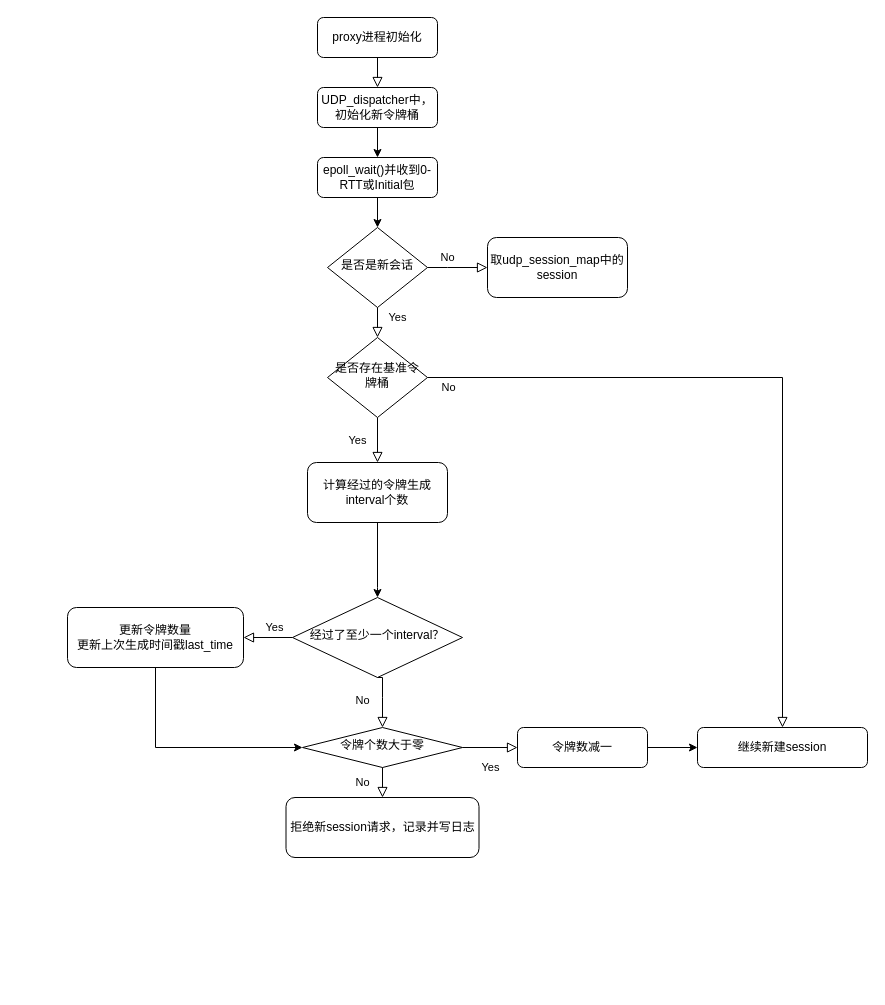
Above: 未命名绘图.drawio in llyxperf/c10k-server (draw.io), before the change. Source tidied: cells renumbered, new cells numbered last; positions are measured from the earlier drawing's top-left corner, leaving out a move shared by most shapes. Both pictures are drawn from the tidied source at 100%, with x=0, y=0 at pixel (67, 17).
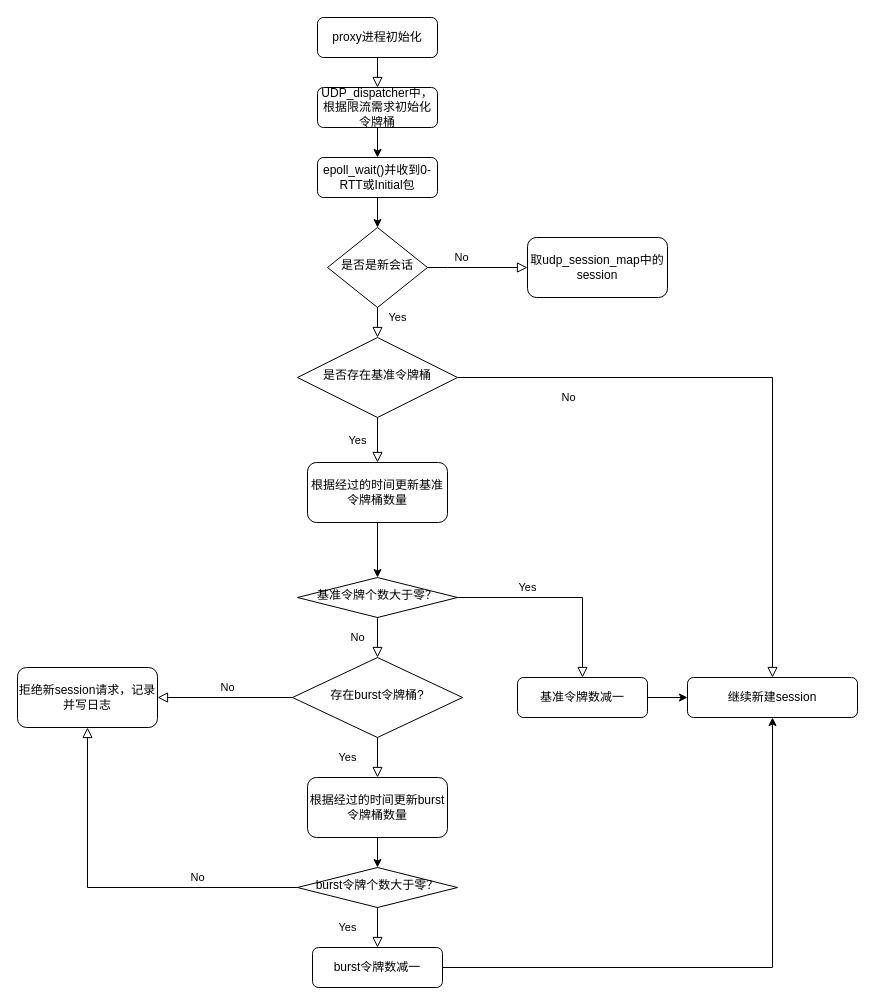
Above is the later version.

Commit message:
更新未命名绘图.drawio

What changed in the source:
```diff
@@
-    <mxCell id="6" value="UDP_dispatcher中，初始化新令牌桶" style="rounded=1;whiteSpace=wrap;html=1;fontSize=12;glass=0;strokeWidth=1;shadow=0;" parent="1" vertex="1">
+    <mxCell id="6" value="UDP_dispatcher中，根据限流需求初始化令牌桶" style="rounded=1;whiteSpace=wrap;html=1;fontSize=12;glass=0;strokeWidth=1;shadow=0;" parent="1" vertex="1">
       <mxGeometry x="250" y="70" width="120" height="40" as="geometry" />
     </mxCell>
@@
     <mxCell id="10" value="是否存在基准令牌桶" style="rhombus;whiteSpace=wrap;html=1;shadow=0;fontFamily=Helvetica;fontSize=12;align=center;strokeWidth=1;spacing=6;spacingTop=-4;" parent="1" vertex="1">
-      <mxGeometry x="260" y="320" width="100" height="80" as="geometry" />
+      <mxGeometry x="230" y="320" width="160" height="80" as="geometry" />
     </mxCell>
-    <mxCell id="11" value="经过了至少一个interval？" style="rhombus;whiteSpace=wrap;html=1;shadow=0;fontFamily=Helvetica;fontSize=12;align=center;strokeWidth=1;spacing=6;spacingTop=-4;" parent="1" vertex="1">
-      <mxGeometry x="225" y="580" width="170" height="80" as="geometry" />
-    </mxCell>
-    <mxCell id="12" style="edgeStyle=orthogonalEdgeStyle;rounded=0;jettySize=auto;html=1;exitX=0.5;exitY=1;exitDx=0;exitDy=0;entryX=0.5;entryY=0;entryDx=0;entryDy=0;" parent="1" edge="1" source="13" target="11">
-      <mxGeometry relative="1" as="geometry">
-        <Array as="points">
-          <mxPoint x="310" y="570" />
-          <mxPoint x="310" y="570" />
-        </Array>
-      </mxGeometry>
-    </mxCell>
+    <mxCell id="29" style="edgeStyle=orthogonalEdgeStyle;rounded=0;jettySize=auto;html=1;exitX=0.5;exitY=1;exitDx=0;exitDy=0;entryX=0.5;entryY=0;entryDx=0;entryDy=0;" parent="1" edge="1" source="13" target="17">
+      <mxGeometry relative="1" as="geometry" />
+    </mxCell>
-    <mxCell id="13" value="计算经过的令牌生成interval个数" style="rounded=1;whiteSpace=wrap;html=1;fontSize=12;glass=0;strokeWidth=1;shadow=0;" parent="1" vertex="1">
+    <mxCell id="13" value="根据经过的时间更新基准令牌桶数量" style="rounded=1;whiteSpace=wrap;html=1;fontSize=12;glass=0;strokeWidth=1;shadow=0;" parent="1" vertex="1">
       <mxGeometry x="240" y="445" width="140" height="60" as="geometry" />
     </mxCell>
-    <mxCell id="14" style="edgeStyle=orthogonalEdgeStyle;rounded=0;jettySize=auto;html=1;exitX=0.5;exitY=1;exitDx=0;exitDy=0;entryX=0;entryY=0.5;entryDx=0;entryDy=0;" parent="1" edge="1" source="15" target="17">
-      <mxGeometry relative="1" as="geometry" />
-    </mxCell>
-    <mxCell id="15" value="更新令牌数量&lt;br&gt;更新上次生成时间戳last_time" style="rounded=1;whiteSpace=wrap;html=1;fontSize=12;glass=0;strokeWidth=1;shadow=0;" parent="1" vertex="1">
-      <mxGeometry y="590" width="176" height="60" as="geometry" />
-    </mxCell>
-    <mxCell id="16" value="拒绝新session请求，记录并写日志" style="rounded=1;whiteSpace=wrap;html=1;fontSize=12;glass=0;strokeWidth=1;shadow=0;" parent="1" vertex="1">
-      <mxGeometry x="218.5" y="780" width="193" height="60" as="geometry" />
-    </mxCell>
-    <mxCell id="17" value="令牌个数大于零" style="rhombus;whiteSpace=wrap;html=1;shadow=0;fontFamily=Helvetica;fontSize=12;align=center;strokeWidth=1;spacing=6;spacingTop=-4;" parent="1" vertex="1">
-      <mxGeometry x="235" y="710" width="160" height="40" as="geometry" />
+    <mxCell id="17" value="基准令牌个数大于零？" style="rhombus;whiteSpace=wrap;html=1;shadow=0;fontFamily=Helvetica;fontSize=12;align=center;strokeWidth=1;spacing=6;spacingTop=-4;" parent="1" vertex="1">
+      <mxGeometry x="230" y="560" width="160" height="40" as="geometry" />
     </mxCell>
@@
-    <mxCell id="19" value="令牌数减一" style="rounded=1;whiteSpace=wrap;html=1;fontSize=12;glass=0;strokeWidth=1;shadow=0;" parent="1" vertex="1">
-      <mxGeometry x="450" y="710" width="130" height="40" as="geometry" />
+    <mxCell id="19" value="基准令牌数减一" style="rounded=1;whiteSpace=wrap;html=1;fontSize=12;glass=0;strokeWidth=1;shadow=0;" parent="1" vertex="1">
+      <mxGeometry x="450" y="660" width="130" height="40" as="geometry" />
     </mxCell>
     <mxCell id="20" value="取udp_session_map中的session" style="rounded=1;whiteSpace=wrap;html=1;fontSize=12;glass=0;strokeWidth=1;shadow=0;" parent="1" vertex="1">
-      <mxGeometry x="420" y="220" width="140" height="60" as="geometry" />
+      <mxGeometry x="460" y="220" width="140" height="60" as="geometry" />
     </mxCell>
@@
-    <mxCell id="23" value="No" style="rounded=0;html=1;jettySize=auto;fontSize=11;endArrow=block;endFill=0;endSize=8;strokeWidth=1;shadow=0;labelBackgroundColor=none;edgeStyle=orthogonalEdgeStyle;entryX=0.5;entryY=0;entryDx=0;entryDy=0;exitX=0.5;exitY=1;exitDx=0;exitDy=0;" parent="1" edge="1" source="11" target="17">
-      <mxGeometry y="-20" relative="1" as="geometry">
-        <Array as="points">
-          <mxPoint x="315" y="680" />
-          <mxPoint x="315" y="680" />
-        </Array>
-      </mxGeometry>
-    </mxCell>
-    <mxCell id="24" value="Yes" style="rounded=0;html=1;jettySize=auto;fontSize=11;endArrow=block;endFill=0;endSize=8;strokeWidth=1;shadow=0;labelBackgroundColor=none;edgeStyle=orthogonalEdgeStyle;exitX=0;exitY=0.5;exitDx=0;exitDy=0;entryX=1;entryY=0.5;entryDx=0;entryDy=0;" parent="1" edge="1" source="11" target="15">
-      <mxGeometry x="-0.26" y="-10" relative="1" as="geometry" />
-    </mxCell>
-    <mxCell id="25" value="Yes" style="rounded=0;html=1;jettySize=auto;fontSize=11;endArrow=block;endFill=0;endSize=8;strokeWidth=1;shadow=0;labelBackgroundColor=none;edgeStyle=orthogonalEdgeStyle;entryX=0;entryY=0.5;entryDx=0;entryDy=0;exitX=1;exitY=0.5;exitDx=0;exitDy=0;" parent="1" edge="1" source="17" target="19">
-      <mxGeometry y="-20" relative="1" as="geometry" />
+    <mxCell id="25" value="Yes" style="rounded=0;html=1;jettySize=auto;fontSize=11;endArrow=block;endFill=0;endSize=8;strokeWidth=1;shadow=0;labelBackgroundColor=none;edgeStyle=orthogonalEdgeStyle;entryX=0.5;entryY=0;entryDx=0;entryDy=0;exitX=1;exitY=0.5;exitDx=0;exitDy=0;" parent="1" edge="1" source="17" target="19">
+      <mxGeometry x="-0.32" y="10" relative="1" as="geometry" />
     </mxCell>
     <mxCell id="26" value="No" style="rounded=0;html=1;jettySize=auto;fontSize=11;endArrow=block;endFill=0;endSize=8;strokeWidth=1;shadow=0;labelBackgroundColor=none;edgeStyle=orthogonalEdgeStyle;exitX=1;exitY=0.5;exitDx=0;exitDy=0;entryX=0.5;entryY=0;entryDx=0;entryDy=0;" parent="1" edge="1" source="10" target="27">
-      <mxGeometry x="-0.94" y="-10" relative="1" as="geometry" />
+      <mxGeometry x="-0.64" y="-20" relative="1" as="geometry" />
     </mxCell>
     <mxCell id="27" value="继续新建session" style="rounded=1;whiteSpace=wrap;html=1;fontSize=12;glass=0;strokeWidth=1;shadow=0;" parent="1" vertex="1">
-      <mxGeometry x="630" y="710" width="170" height="40" as="geometry" />
+      <mxGeometry x="620" y="660" width="170" height="40" as="geometry" />
     </mxCell>
-    <mxCell id="28" value="No" style="rounded=0;html=1;jettySize=auto;fontSize=11;endArrow=block;endFill=0;endSize=8;strokeWidth=1;shadow=0;labelBackgroundColor=none;edgeStyle=orthogonalEdgeStyle;entryX=0.5;entryY=0;entryDx=0;entryDy=0;exitX=0.5;exitY=1;exitDx=0;exitDy=0;" parent="1" edge="1" source="17" target="16">
+    <mxCell id="28" value="No" style="rounded=0;html=1;jettySize=auto;fontSize=11;endArrow=block;endFill=0;endSize=8;strokeWidth=1;shadow=0;labelBackgroundColor=none;edgeStyle=orthogonalEdgeStyle;entryX=0.5;entryY=0;entryDx=0;entryDy=0;exitX=0.5;exitY=1;exitDx=0;exitDy=0;" parent="1" edge="1" source="17" target="30">
       <mxGeometry y="-20" relative="1" as="geometry" />
     </mxCell>
+    <mxCell id="30" value="存在burst令牌桶?" style="rhombus;whiteSpace=wrap;html=1;shadow=0;fontFamily=Helvetica;fontSize=12;align=center;strokeWidth=1;spacing=6;spacingTop=-4;" parent="1" vertex="1">
+      <mxGeometry x="225" y="640" width="170" height="80" as="geometry" />
+    </mxCell>
+    <mxCell id="31" value="Yes" style="rounded=0;html=1;jettySize=auto;fontSize=11;endArrow=block;endFill=0;endSize=8;strokeWidth=1;shadow=0;labelBackgroundColor=none;edgeStyle=orthogonalEdgeStyle;exitX=0.5;exitY=1;exitDx=0;exitDy=0;entryX=0.5;entryY=0;entryDx=0;entryDy=0;" parent="1" edge="1" source="30" target="33">
+      <mxGeometry y="-30" relative="1" as="geometry" />
+    </mxCell>
+    <mxCell id="32" style="edgeStyle=orthogonalEdgeStyle;rounded=0;jettySize=auto;html=1;exitX=0.5;exitY=1;exitDx=0;exitDy=0;entryX=0.5;entryY=0;entryDx=0;entryDy=0;" parent="1" edge="1" source="33" target="34">
+      <mxGeometry relative="1" as="geometry" />
+    </mxCell>
+    <mxCell id="33" value="根据经过的时间更新burst令牌桶数量" style="rounded=1;whiteSpace=wrap;html=1;fontSize=12;glass=0;strokeWidth=1;shadow=0;" parent="1" vertex="1">
+      <mxGeometry x="240" y="760" width="140" height="60" as="geometry" />
+    </mxCell>
+    <mxCell id="34" value="burst令牌个数大于零？" style="rhombus;whiteSpace=wrap;html=1;shadow=0;fontFamily=Helvetica;fontSize=12;align=center;strokeWidth=1;spacing=6;spacingTop=-4;" parent="1" vertex="1">
+      <mxGeometry x="230" y="850" width="160" height="40" as="geometry" />
+    </mxCell>
+    <mxCell id="35" style="edgeStyle=orthogonalEdgeStyle;rounded=0;jettySize=auto;html=1;exitX=1;exitY=0.5;exitDx=0;exitDy=0;entryX=0.5;entryY=1;entryDx=0;entryDy=0;" parent="1" edge="1" source="36" target="27">
+      <mxGeometry relative="1" as="geometry" />
+    </mxCell>
+    <mxCell id="36" value="burst令牌数减一" style="rounded=1;whiteSpace=wrap;html=1;fontSize=12;glass=0;strokeWidth=1;shadow=0;" parent="1" vertex="1">
+      <mxGeometry x="245" y="930" width="130" height="40" as="geometry" />
+    </mxCell>
+    <mxCell id="37" value="Yes" style="rounded=0;html=1;jettySize=auto;fontSize=11;endArrow=block;endFill=0;endSize=8;strokeWidth=1;shadow=0;labelBackgroundColor=none;edgeStyle=orthogonalEdgeStyle;entryX=0.5;entryY=0;entryDx=0;entryDy=0;exitX=0.5;exitY=1;exitDx=0;exitDy=0;" parent="1" edge="1" source="34" target="36">
+      <mxGeometry y="-30" relative="1" as="geometry" />
+    </mxCell>
+    <mxCell id="38" value="No" style="rounded=0;html=1;jettySize=auto;fontSize=11;endArrow=block;endFill=0;endSize=8;strokeWidth=1;shadow=0;labelBackgroundColor=none;edgeStyle=orthogonalEdgeStyle;exitX=0;exitY=0.5;exitDx=0;exitDy=0;entryX=1;entryY=0.5;entryDx=0;entryDy=0;" parent="1" edge="1" source="30" target="16">
+      <mxGeometry x="-0.04" y="-10" relative="1" as="geometry" />
+    </mxCell>
+    <mxCell id="16" value="拒绝新session请求，记录并写日志" style="rounded=1;whiteSpace=wrap;html=1;fontSize=12;glass=0;strokeWidth=1;shadow=0;" parent="1" vertex="1">
+      <mxGeometry x="-50" y="650" width="140" height="60" as="geometry" />
+    </mxCell>
+    <mxCell id="39" value="No" style="rounded=0;html=1;jettySize=auto;fontSize=11;endArrow=block;endFill=0;endSize=8;strokeWidth=1;shadow=0;labelBackgroundColor=none;edgeStyle=orthogonalEdgeStyle;entryX=0.5;entryY=1;entryDx=0;entryDy=0;exitX=0;exitY=0.5;exitDx=0;exitDy=0;" parent="1" edge="1" source="34" target="16">
+      <mxGeometry x="-0.46" y="-10" relative="1" as="geometry" />
+    </mxCell>
```
